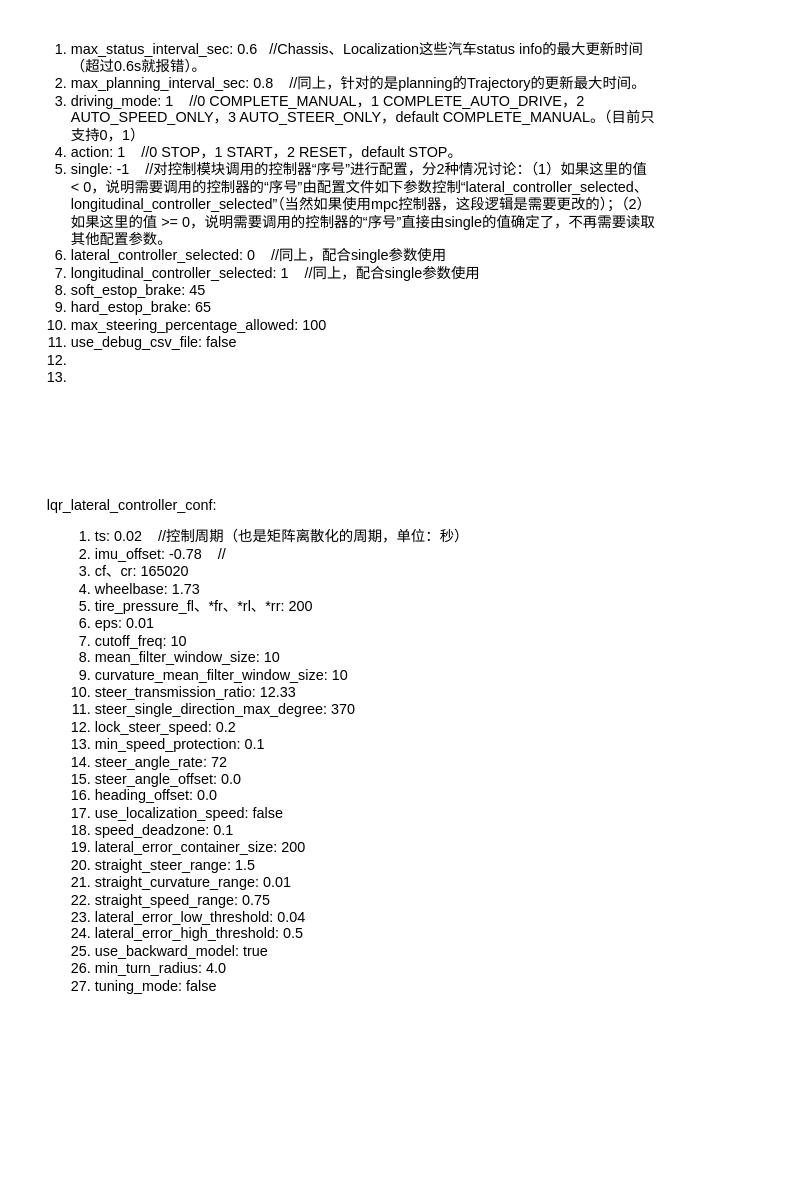
Before: page "control.pb.txt" (11 of 15) of neolix/control/controller_program_flow_chart.drawio in Gavinli-lgf/studyNotes, a draw.io diagram. Source tidied: cells renumbered, new cells numbered last; positions are measured from the earlier drawing's top-left corner, leaving out a move shared by most shapes. Both pictures are drawn from the tidied source at 120%, with x=0, y=0 at pixel (20, 20).
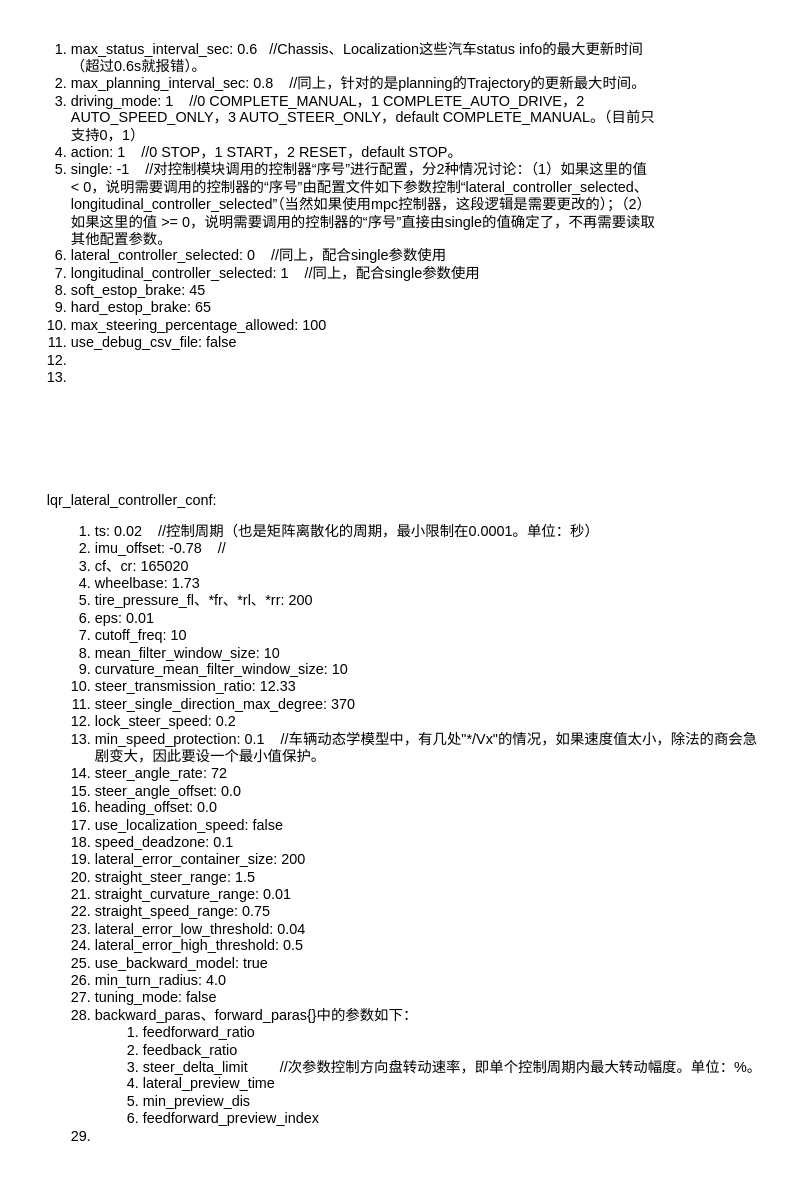
After the change.

Diff of the diagram source:
```diff
@@
 <mxGraphModel>
   <root>
     <mxCell id="0" />
     <mxCell id="1" parent="0" />
     <mxCell id="2" value="&lt;ol&gt;&lt;li&gt;max_status_interval_sec: 0.6 &amp;nbsp; //Chassis、Localization这些汽车status info的最大更新时间（超过0.6s就报错）。&lt;br&gt;&lt;/li&gt;&lt;li&gt;max_planning_interval_sec: 0.8&amp;nbsp;&amp;nbsp;&amp;nbsp; //同上，针对的是planning的Trajectory的更新最大时间。&lt;br&gt;&lt;/li&gt;&lt;li&gt;driving_mode: 1&amp;nbsp;&amp;nbsp;&amp;nbsp; //0 COMPLETE_MANUAL，1 COMPLETE_AUTO_DRIVE，2 AUTO_SPEED_ONLY，3 AUTO_STEER_ONLY，default COMPLETE_MANUAL。（目前只支持0，1）&lt;br&gt;&lt;/li&gt;&lt;li&gt;action: 1&amp;nbsp;&amp;nbsp;&amp;nbsp; //0 STOP，1 START，2 RESET，default STOP。&lt;br&gt;&lt;/li&gt;&lt;li&gt;single: -1&amp;nbsp;&amp;nbsp;&amp;nbsp; //对控制模块调用的控制器“序号”进行配置，分2种情况讨论：（1）如果这里的值 &amp;lt; 0，说明需要调用的控制器的“序号”由配置文件如下参数控制“lateral_controller_selected、longitudinal_controller_selected”（当然如果使用mpc控制器，这段逻辑是需要更改的）；（2）如果这里的值 &amp;gt;= 0，说明需要调用的控制器的“序号”直接由single的值确定了，不再需要读取其他配置参数。&lt;/li&gt;&lt;li&gt;lateral_controller_selected: 0&amp;nbsp;&amp;nbsp;&amp;nbsp; //同上，配合single参数使用&lt;br&gt;&lt;/li&gt;&lt;li&gt;longitudinal_controller_selected: 1&amp;nbsp;&amp;nbsp;&amp;nbsp; //同上，配合single参数使用&lt;/li&gt;&lt;li&gt;soft_estop_brake: 45&lt;br&gt;&lt;/li&gt;&lt;li&gt;hard_estop_brake: 65&lt;br&gt;&lt;/li&gt;&lt;li&gt;max_steering_percentage_allowed: 100&lt;/li&gt;&lt;li&gt;use_debug_csv_file: false&lt;/li&gt;&lt;li&gt;&lt;br&gt;&lt;/li&gt;&lt;li&gt;&lt;br&gt;&lt;/li&gt;&lt;/ol&gt;" style="text;strokeColor=none;fillColor=none;html=1;whiteSpace=wrap;verticalAlign=middle;overflow=hidden;" parent="1" vertex="1">
       <mxGeometry width="530" height="320" as="geometry" />
     </mxCell>
-    <mxCell id="3" value="&lt;div&gt;lqr_lateral_controller_conf:&lt;br&gt;&lt;/div&gt;&lt;ol&gt;&lt;li&gt;ts: 0.02&amp;nbsp;&amp;nbsp;&amp;nbsp; //控制周期（也是矩阵离散化的周期，单位：秒）&lt;br&gt;&lt;/li&gt;&lt;li&gt;imu_offset: -0.78&amp;nbsp;&amp;nbsp;&amp;nbsp; //&lt;br&gt;&lt;/li&gt;&lt;li&gt;cf、cr: 165020&lt;br&gt;&lt;/li&gt;&lt;li&gt;wheelbase: 1.73&lt;br&gt;&lt;/li&gt;&lt;li&gt;tire_pressure_fl、*fr、*rl、*rr: 200&lt;br&gt;&lt;/li&gt;&lt;li&gt;eps: 0.01&lt;br&gt;&lt;/li&gt;&lt;li&gt;cutoff_freq: 10&lt;br&gt;&lt;/li&gt;&lt;li&gt;mean_filter_window_size: 10&lt;/li&gt;&lt;li&gt;curvature_mean_filter_window_size: 10&lt;br&gt;&lt;/li&gt;&lt;li&gt;steer_transmission_ratio: 12.33&lt;br&gt;&lt;/li&gt;&lt;li&gt;steer_single_direction_max_degree: 370&lt;br&gt;&lt;/li&gt;&lt;li&gt;lock_steer_speed: 0.2&lt;br&gt;&lt;/li&gt;&lt;li&gt;min_speed_protection: 0.1&lt;br&gt;&lt;/li&gt;&lt;li&gt;steer_angle_rate: 72&lt;/li&gt;&lt;li&gt;steer_angle_offset: 0.0&lt;br&gt;&lt;/li&gt;&lt;li&gt;heading_offset: 0.0&lt;br&gt;&lt;/li&gt;&lt;li&gt;use_localization_speed: false&lt;br&gt;&lt;/li&gt;&lt;li&gt;speed_deadzone: 0.1&lt;br&gt;&lt;/li&gt;&lt;li&gt;lateral_error_container_size: 200&lt;br&gt;&lt;/li&gt;&lt;li&gt;straight_steer_range: 1.5&lt;br&gt;&lt;/li&gt;&lt;li&gt;straight_curvature_range: 0.01&lt;/li&gt;&lt;li&gt;straight_speed_range: 0.75&lt;br&gt;&lt;/li&gt;&lt;li&gt;lateral_error_low_threshold: 0.04&lt;br&gt;&lt;/li&gt;&lt;li&gt;lateral_error_high_threshold: 0.5&lt;br&gt;&lt;/li&gt;&lt;li&gt;use_backward_model: true&lt;br&gt;&lt;/li&gt;&lt;li&gt;min_turn_radius: 4.0&lt;/li&gt;&lt;li&gt;tuning_mode: false&lt;br&gt;&lt;/li&gt;&lt;/ol&gt;" style="text;strokeColor=none;fillColor=none;html=1;whiteSpace=wrap;verticalAlign=middle;overflow=hidden;" parent="1" vertex="1">
-      <mxGeometry x="20" y="390" width="530" height="440" as="geometry" />
+    <mxCell id="3" value="&lt;div&gt;lqr_lateral_controller_conf:&lt;br&gt;&lt;/div&gt;&lt;ol&gt;&lt;li&gt;ts: 0.02&amp;nbsp;&amp;nbsp;&amp;nbsp; //控制周期（也是矩阵离散化的周期，最小限制在0.0001。单位：秒）&lt;br&gt;&lt;/li&gt;&lt;li&gt;imu_offset: -0.78&amp;nbsp;&amp;nbsp;&amp;nbsp; //&lt;br&gt;&lt;/li&gt;&lt;li&gt;cf、cr: 165020&lt;br&gt;&lt;/li&gt;&lt;li&gt;wheelbase: 1.73&lt;br&gt;&lt;/li&gt;&lt;li&gt;tire_pressure_fl、*fr、*rl、*rr: 200&lt;br&gt;&lt;/li&gt;&lt;li&gt;eps: 0.01&lt;br&gt;&lt;/li&gt;&lt;li&gt;cutoff_freq: 10&lt;br&gt;&lt;/li&gt;&lt;li&gt;mean_filter_window_size: 10&lt;/li&gt;&lt;li&gt;curvature_mean_filter_window_size: 10&lt;br&gt;&lt;/li&gt;&lt;li&gt;steer_transmission_ratio: 12.33&lt;br&gt;&lt;/li&gt;&lt;li&gt;steer_single_direction_max_degree: 370&lt;br&gt;&lt;/li&gt;&lt;li&gt;lock_steer_speed: 0.2&lt;br&gt;&lt;/li&gt;&lt;li&gt;min_speed_protection: 0.1&amp;nbsp;&amp;nbsp;&amp;nbsp; //车辆动态学模型中，有几处&quot;*/Vx&quot;的情况，如果速度值太小，除法的商会急剧变大，因此要设一个最小值保护。&lt;br&gt;&lt;/li&gt;&lt;li&gt;steer_angle_rate: 72&lt;/li&gt;&lt;li&gt;steer_angle_offset: 0.0&lt;br&gt;&lt;/li&gt;&lt;li&gt;heading_offset: 0.0&lt;br&gt;&lt;/li&gt;&lt;li&gt;use_localization_speed: false&lt;br&gt;&lt;/li&gt;&lt;li&gt;speed_deadzone: 0.1&lt;br&gt;&lt;/li&gt;&lt;li&gt;lateral_error_container_size: 200&lt;br&gt;&lt;/li&gt;&lt;li&gt;straight_steer_range: 1.5&lt;br&gt;&lt;/li&gt;&lt;li&gt;straight_curvature_range: 0.01&lt;/li&gt;&lt;li&gt;straight_speed_range: 0.75&lt;br&gt;&lt;/li&gt;&lt;li&gt;lateral_error_low_threshold: 0.04&lt;br&gt;&lt;/li&gt;&lt;li&gt;lateral_error_high_threshold: 0.5&lt;br&gt;&lt;/li&gt;&lt;li&gt;use_backward_model: true&lt;br&gt;&lt;/li&gt;&lt;li&gt;min_turn_radius: 4.0&lt;/li&gt;&lt;li&gt;tuning_mode: false&lt;/li&gt;&lt;li&gt;backward_paras、forward_paras{}中的参数如下：&lt;/li&gt;&lt;ol&gt;&lt;li&gt;feedforward_ratio&lt;/li&gt;&lt;li&gt;feedback_ratio&lt;/li&gt;&lt;li&gt;steer_delta_limit&amp;nbsp;&amp;nbsp;&amp;nbsp;&amp;nbsp;&amp;nbsp;&amp;nbsp;&amp;nbsp; //次参数控制方向盘转动速率，即单个控制周期内最大转动幅度。单位：%。&lt;br&gt;&lt;/li&gt;&lt;li&gt;lateral_preview_time&lt;/li&gt;&lt;li&gt;min_preview_dis&lt;/li&gt;&lt;li&gt;feedforward_preview_index&lt;br&gt;&lt;/li&gt;&lt;/ol&gt;&lt;li&gt;&lt;br&gt;&lt;/li&gt;&lt;/ol&gt;" style="text;strokeColor=none;fillColor=none;html=1;whiteSpace=wrap;verticalAlign=middle;overflow=hidden;" parent="1" vertex="1">
+      <mxGeometry x="20" y="390" width="600" height="560" as="geometry" />
     </mxCell>
   </root>
 </mxGraphModel>
```
